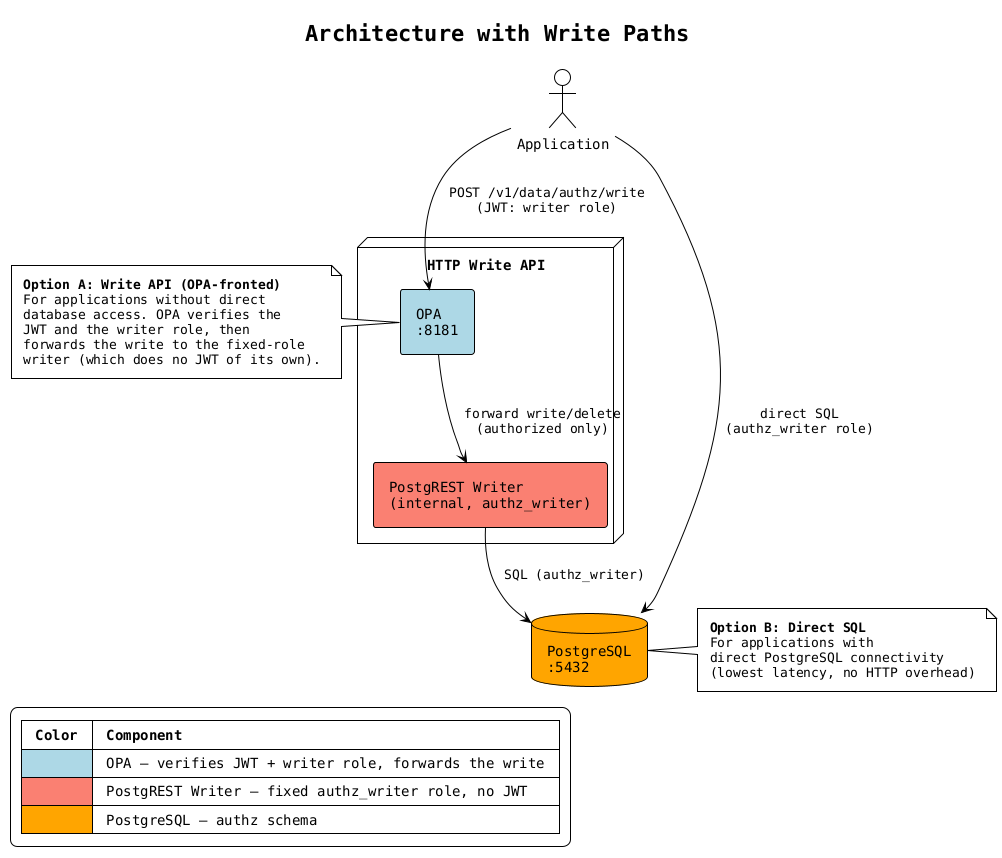
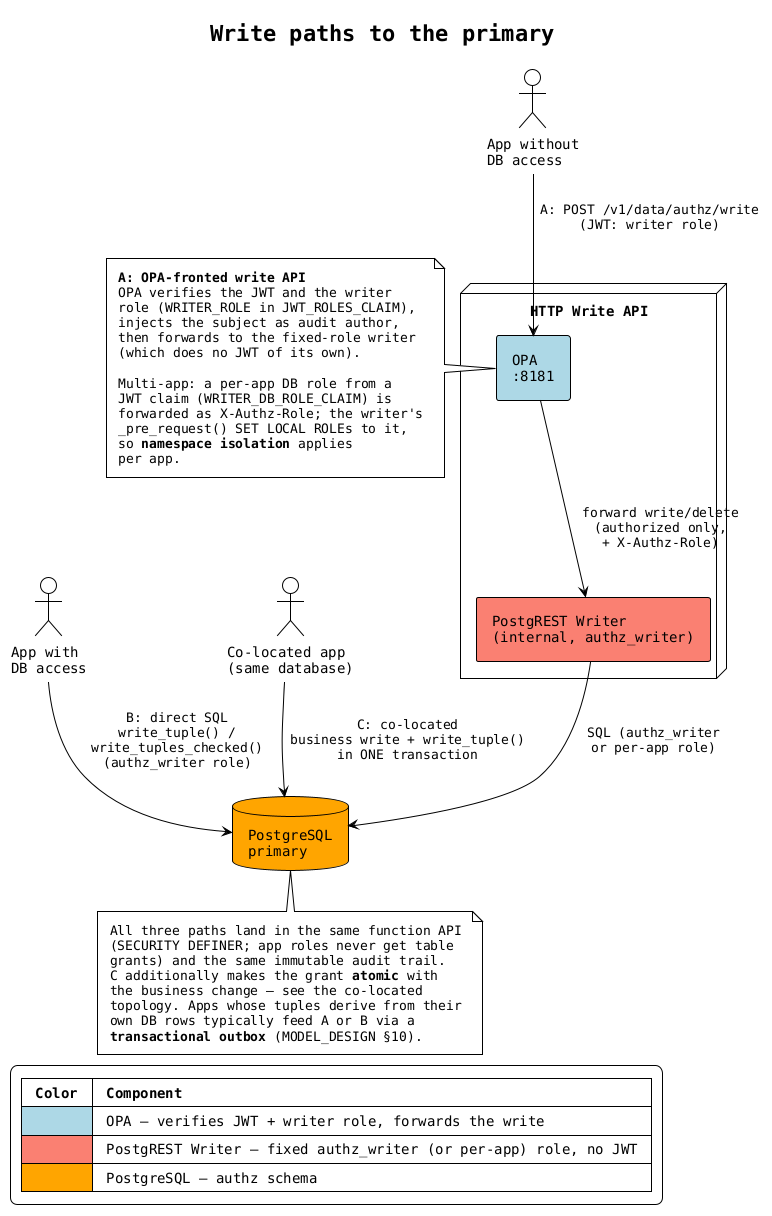
@startuml architecture-write-api

!theme plain
skinparam backgroundColor white
skinparam componentStyle rectangle
skinparam defaultFontName monospaced
skinparam nodesep 50
skinparam ranksep 40
skinparam padding 6

- title Architecture with Write Paths
+ title Write paths to the primary

- actor "Application" as app
+ actor "App without\nDB access" as appA
+ actor "App with\nDB access" as appB
+ actor "Co-located app\n(same database)" as appC

note as N1
-   **Option A: Write API (OPA-fronted)**
-   For applications without direct
-   database access. OPA verifies the
-   JWT and the writer role, then
-   forwards the write to the fixed-role
-   writer (which does no JWT of its own).
+   **A: OPA-fronted write API**
+   OPA verifies the JWT and the writer
+   role (WRITER_ROLE in JWT_ROLES_CLAIM),
+   injects the subject as audit author,
+   then forwards to the fixed-role writer
+   (which does no JWT of its own).
+ 
+   Multi-app: a per-app DB role from a
+   JWT claim (WRITER_DB_ROLE_CLAIM) is
+   forwarded as X-Authz-Role; the writer's
+   _pre_request() SET LOCAL ROLEs to it,
+   so **namespace isolation** applies
+   per app.
end note

node "HTTP Write API" as optA {
    component "OPA\n:8181" as opa #LightBlue
    component "PostgREST Writer\n(internal, authz_writer)" as pgrst #Salmon
}

- database "PostgreSQL\n:5432" as pg #Orange
+ database "PostgreSQL\nprimary" as pg #Orange

N1 -right-> opa

- app -down-> opa : "POST /v1/data/authz/write\n(JWT: writer role)"
- opa -down-> pgrst : "forward write/delete\n(authorized only)"
- pgrst -down-> pg : "SQL (authz_writer)"
+ appA -down-> opa : "A: POST /v1/data/authz/write\n(JWT: writer role)"
+ opa -down-> pgrst : "forward write/delete\n(authorized only,\n+ X-Authz-Role)"
+ pgrst -down-> pg : "SQL (authz_writer\nor per-app role)"

- app -right-> pg : "direct SQL\n(authz_writer role)"
+ appB -down-> pg : "B: direct SQL\nwrite_tuple() /\nwrite_tuples_checked()\n(authz_writer role)"

- note right of pg
-   **Option B: Direct SQL**
-   For applications with
-   direct PostgreSQL connectivity
-   (lowest latency, no HTTP overhead)
+ appC -down-> pg : "C: co-located\nbusiness write + write_tuple()\nin ONE transaction"
+ 
+ note bottom of pg
+   All three paths land in the same function API
+   (SECURITY DEFINER; app roles never get table
+   grants) and the same immutable audit trail.
+   C additionally makes the grant **atomic** with
+   the business change — see the co-located
+   topology. Apps whose tuples derive from their
+   own DB rows typically feed A or B via a
+   **transactional outbox** (MODEL_DESIGN §10).
end note

legend bottom left
  |= Color |= Component |
  | <#LightBlue> | OPA — verifies JWT + writer role, forwards the write |
-   | <#Salmon> | PostgREST Writer — fixed authz_writer role, no JWT |
+   | <#Salmon> | PostgREST Writer — fixed authz_writer (or per-app) role, no JWT |
  | <#Orange> | PostgreSQL — authz schema |
end legend

@enduml
